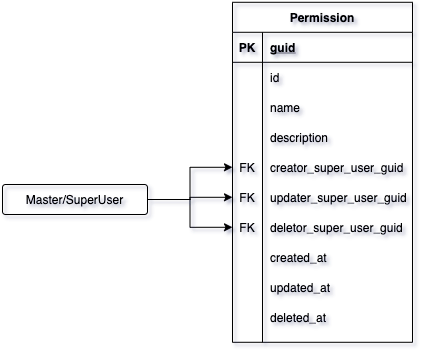
Earlier version of the draw.io export basedata/entities/images/ConfigPermissionTable.png (4uRest/documentation). Source tidied: cells renumbered, new cells last; positions are measured from the earlier drawing's top-left corner, leaving out a move shared by most shapes. Its diagram source:
```xml
<mxGraphModel>
  <root>
    <mxCell id="0" />
    <mxCell id="1" parent="0" />
    <mxCell id="2" value="Permission" style="shape=table;startSize=30;rowLines=0;fontStyle=1;align=center;fillColor=none;" parent="1" vertex="1">
      <mxGeometry x="230" y="-0.2" width="180" height="340" as="geometry" />
    </mxCell>
    <mxCell id="3" style="shape=partialRectangle;fillColor=none;top=0;left=0;bottom=1;right=0;points=[[0,0.5],[1,0.5]];portConstraint=eastwest;" parent="2" vertex="1">
      <mxGeometry y="30" width="180" height="30" as="geometry" />
    </mxCell>
    <mxCell id="4" value="PK" style="shape=partialRectangle;fillColor=none;top=0;left=0;bottom=0;right=0;fontStyle=1;overflow=hidden;" parent="3" vertex="1">
      <mxGeometry width="30" height="30" as="geometry" />
    </mxCell>
    <mxCell id="5" value="guid" style="shape=partialRectangle;fillColor=none;top=0;left=0;bottom=0;right=0;align=left;spacingLeft=6;fontStyle=5;overflow=hidden;" parent="3" vertex="1">
      <mxGeometry x="30" width="150" height="30" as="geometry" />
    </mxCell>
    <mxCell id="6" style="shape=partialRectangle;fillColor=none;top=0;left=0;bottom=0;right=0;" parent="2" vertex="1">
      <mxGeometry y="60" width="180" height="30" as="geometry" />
    </mxCell>
    <mxCell id="7" style="shape=partialRectangle;fillColor=none;top=0;left=0;bottom=0;right=0;overflow=hidden;" parent="6" vertex="1">
      <mxGeometry width="30" height="30" as="geometry" />
    </mxCell>
    <mxCell id="8" value="id" style="shape=partialRectangle;fillColor=none;top=0;left=0;bottom=0;right=0;align=left;spacingLeft=6;overflow=hidden;" parent="6" vertex="1">
      <mxGeometry x="30" width="150" height="30" as="geometry" />
    </mxCell>
    <mxCell id="9" style="shape=partialRectangle;fillColor=none;top=0;left=0;bottom=0;right=0;" parent="2" vertex="1">
      <mxGeometry y="90" width="180" height="30" as="geometry" />
    </mxCell>
    <mxCell id="10" style="shape=partialRectangle;fillColor=none;top=0;left=0;bottom=0;right=0;overflow=hidden;" parent="9" vertex="1">
      <mxGeometry width="30" height="30" as="geometry" />
    </mxCell>
    <mxCell id="11" value="name" style="shape=partialRectangle;fillColor=none;top=0;left=0;bottom=0;right=0;align=left;spacingLeft=6;overflow=hidden;" parent="9" vertex="1">
      <mxGeometry x="30" width="150" height="30" as="geometry" />
    </mxCell>
    <mxCell id="12" style="shape=partialRectangle;fillColor=none;top=0;left=0;bottom=0;right=0;" parent="2" vertex="1">
      <mxGeometry y="120" width="180" height="30" as="geometry" />
    </mxCell>
    <mxCell id="13" style="shape=partialRectangle;fillColor=none;top=0;left=0;bottom=0;right=0;overflow=hidden;" parent="12" vertex="1">
      <mxGeometry width="30" height="30" as="geometry" />
    </mxCell>
    <mxCell id="14" value="description" style="shape=partialRectangle;fillColor=none;top=0;left=0;bottom=0;right=0;align=left;spacingLeft=6;overflow=hidden;" parent="12" vertex="1">
      <mxGeometry x="30" width="150" height="30" as="geometry" />
    </mxCell>
    <mxCell id="15" style="shape=partialRectangle;top=0;left=0;bottom=0;right=0;points=[[0,0.5],[1,0.5]];portConstraint=eastwest;fillColor=none;" parent="2" vertex="1">
      <mxGeometry y="150" width="180" height="30" as="geometry" />
    </mxCell>
    <mxCell id="16" value="FK" style="shape=partialRectangle;fillColor=none;top=0;left=0;bottom=0;right=0;overflow=hidden;" parent="15" vertex="1">
      <mxGeometry width="30" height="30" as="geometry" />
    </mxCell>
    <mxCell id="17" value="creator_super_user_guid" style="shape=partialRectangle;fillColor=none;top=0;left=0;bottom=0;right=0;align=left;spacingLeft=6;overflow=hidden;" parent="15" vertex="1">
      <mxGeometry x="30" width="150" height="30" as="geometry" />
    </mxCell>
    <mxCell id="18" style="shape=partialRectangle;top=0;left=0;bottom=0;right=0;points=[[0,0.5],[1,0.5]];portConstraint=eastwest;fillColor=none;" parent="2" vertex="1">
      <mxGeometry y="180" width="180" height="30" as="geometry" />
    </mxCell>
    <mxCell id="19" value="FK" style="shape=partialRectangle;fillColor=none;top=0;left=0;bottom=0;right=0;overflow=hidden;" parent="18" vertex="1">
      <mxGeometry width="30" height="30" as="geometry" />
    </mxCell>
    <mxCell id="20" value="updater_super_user_guid" style="shape=partialRectangle;fillColor=none;top=0;left=0;bottom=0;right=0;align=left;spacingLeft=6;overflow=hidden;" parent="18" vertex="1">
      <mxGeometry x="30" width="150" height="30" as="geometry" />
    </mxCell>
    <mxCell id="21" style="shape=partialRectangle;top=0;left=0;bottom=0;right=0;points=[[0,0.5],[1,0.5]];portConstraint=eastwest;fillColor=none;" parent="2" vertex="1">
      <mxGeometry y="210" width="180" height="30" as="geometry" />
    </mxCell>
    <mxCell id="22" value="FK" style="shape=partialRectangle;fillColor=none;top=0;left=0;bottom=0;right=0;overflow=hidden;" parent="21" vertex="1">
      <mxGeometry width="30" height="30" as="geometry" />
    </mxCell>
    <mxCell id="23" value="deletor_super_user_guid" style="shape=partialRectangle;fillColor=none;top=0;left=0;bottom=0;right=0;align=left;spacingLeft=6;overflow=hidden;" parent="21" vertex="1">
      <mxGeometry x="30" width="150" height="30" as="geometry" />
    </mxCell>
    <mxCell id="24" style="shape=partialRectangle;fillColor=none;top=0;left=0;bottom=0;right=0;" parent="2" vertex="1">
      <mxGeometry y="240" width="180" height="30" as="geometry" />
    </mxCell>
    <mxCell id="25" style="shape=partialRectangle;fillColor=none;top=0;left=0;bottom=0;right=0;overflow=hidden;" parent="24" vertex="1">
      <mxGeometry width="30" height="30" as="geometry" />
    </mxCell>
    <mxCell id="26" value="created_at" style="shape=partialRectangle;fillColor=none;top=0;left=0;bottom=0;right=0;align=left;spacingLeft=6;overflow=hidden;" parent="24" vertex="1">
      <mxGeometry x="30" width="150" height="30" as="geometry" />
    </mxCell>
    <mxCell id="27" style="shape=partialRectangle;fillColor=none;top=0;left=0;bottom=0;right=0;" parent="2" vertex="1">
      <mxGeometry y="270" width="180" height="30" as="geometry" />
    </mxCell>
    <mxCell id="28" style="shape=partialRectangle;fillColor=none;top=0;left=0;bottom=0;right=0;overflow=hidden;" parent="27" vertex="1">
      <mxGeometry width="30" height="30" as="geometry" />
    </mxCell>
    <mxCell id="29" value="updated_at" style="shape=partialRectangle;fillColor=none;top=0;left=0;bottom=0;right=0;align=left;spacingLeft=6;overflow=hidden;" parent="27" vertex="1">
      <mxGeometry x="30" width="150" height="30" as="geometry" />
    </mxCell>
    <mxCell id="30" style="shape=partialRectangle;fillColor=none;top=0;left=0;bottom=0;right=0;" parent="2" vertex="1">
      <mxGeometry y="300" width="180" height="30" as="geometry" />
    </mxCell>
    <mxCell id="31" style="shape=partialRectangle;fillColor=none;top=0;left=0;bottom=0;right=0;overflow=hidden;" parent="30" vertex="1">
      <mxGeometry width="30" height="30" as="geometry" />
    </mxCell>
    <mxCell id="32" value="deleted_at" style="shape=partialRectangle;fillColor=none;top=0;left=0;bottom=0;right=0;align=left;spacingLeft=6;overflow=hidden;" parent="30" vertex="1">
      <mxGeometry x="30" width="150" height="30" as="geometry" />
    </mxCell>
    <mxCell id="33" style="edgeStyle=orthogonalEdgeStyle;rounded=0;jettySize=auto;html=1;exitX=1;exitY=0.5;exitDx=0;exitDy=0;entryX=0;entryY=0.5;entryDx=0;entryDy=0;" parent="1" edge="1" source="36" target="15">
      <mxGeometry relative="1" as="geometry" />
    </mxCell>
    <mxCell id="34" style="edgeStyle=orthogonalEdgeStyle;rounded=0;jettySize=auto;html=1;exitX=1;exitY=0.5;exitDx=0;exitDy=0;entryX=0;entryY=0.5;entryDx=0;entryDy=0;" parent="1" edge="1" source="36" target="21">
      <mxGeometry relative="1" as="geometry" />
    </mxCell>
    <mxCell id="35" style="edgeStyle=orthogonalEdgeStyle;rounded=0;jettySize=auto;html=1;exitX=1;exitY=0.5;exitDx=0;exitDy=0;" parent="1" edge="1" source="36" target="18">
      <mxGeometry relative="1" as="geometry" />
    </mxCell>
    <mxCell id="36" value="Master/SuperUser" style="rounded=1;arcSize=10;whiteSpace=wrap;html=1;align=center;fillColor=none;" parent="1" vertex="1">
      <mxGeometry y="182" width="145" height="30" as="geometry" />
    </mxCell>
  </root>
</mxGraphModel>
```
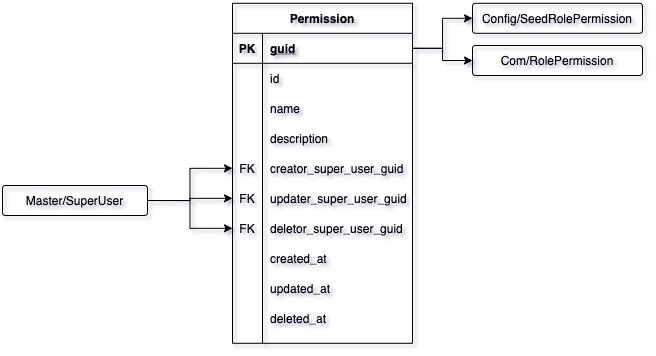
The same diagram one commit later.

What changed in the source:
```diff
@@ -107,5 +107,17 @@
     <mxCell id="36" value="Master/SuperUser" style="rounded=1;arcSize=10;whiteSpace=wrap;html=1;align=center;fillColor=none;" parent="1" vertex="1">
       <mxGeometry y="182" width="145" height="30" as="geometry" />
     </mxCell>
+    <mxCell id="37" value="Config/SeedRolePermission" style="rounded=1;arcSize=10;whiteSpace=wrap;html=1;align=center;fillColor=none;" parent="1" vertex="1">
+      <mxGeometry x="470" y="-0.2" width="170" height="30" as="geometry" />
+    </mxCell>
+    <mxCell id="38" style="edgeStyle=orthogonalEdgeStyle;rounded=0;jettySize=auto;html=1;exitX=1;exitY=0.5;exitDx=0;exitDy=0;entryX=0;entryY=0.5;entryDx=0;entryDy=0;" parent="1" edge="1" source="3" target="37">
+      <mxGeometry relative="1" as="geometry" />
+    </mxCell>
+    <mxCell id="39" value="Com/RolePermission" style="rounded=1;arcSize=10;whiteSpace=wrap;html=1;align=center;fillColor=none;" parent="1" vertex="1">
+      <mxGeometry x="470" y="42" width="170" height="30" as="geometry" />
+    </mxCell>
+    <mxCell id="40" style="edgeStyle=orthogonalEdgeStyle;rounded=0;jettySize=auto;html=1;exitX=1;exitY=0.5;exitDx=0;exitDy=0;entryX=0;entryY=0.5;entryDx=0;entryDy=0;" parent="1" edge="1" source="3" target="39">
+      <mxGeometry relative="1" as="geometry" />
+    </mxCell>
   </root>
 </mxGraphModel>
```
